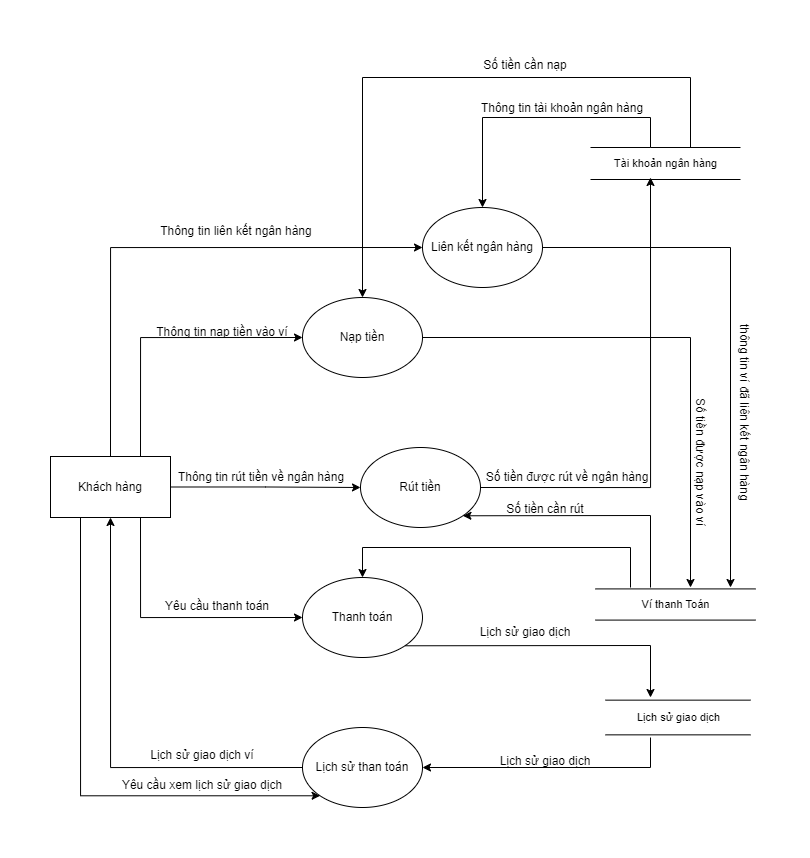
This is Báo Cáo/Diagram/DFD/DFD_Vi-thanh-toan.png from Kindaichicao/plane-ticket, a draw.io export, as it was before one commit. Source tidied: cells renumbered, new cells last; positions are measured from the earlier drawing's top-left corner, leaving out a move shared by most shapes. Source of this version:
```xml
<mxGraphModel>
  <root>
    <mxCell id="0" />
    <mxCell id="1" parent="0" />
    <mxCell id="2" style="edgeStyle=orthogonalEdgeStyle;rounded=0;jettySize=auto;html=1;exitX=0.5;exitY=0;exitDx=0;exitDy=0;entryX=0;entryY=0.5;entryDx=0;entryDy=0;" parent="1" edge="1" source="7" target="13">
      <mxGeometry relative="1" as="geometry" />
    </mxCell>
    <mxCell id="3" style="edgeStyle=orthogonalEdgeStyle;rounded=0;jettySize=auto;html=1;exitX=0.75;exitY=0;exitDx=0;exitDy=0;entryX=0;entryY=0.5;entryDx=0;entryDy=0;" parent="1" edge="1" source="7" target="9">
      <mxGeometry relative="1" as="geometry" />
    </mxCell>
    <mxCell id="4" style="edgeStyle=orthogonalEdgeStyle;rounded=0;jettySize=auto;html=1;exitX=1;exitY=0.5;exitDx=0;exitDy=0;entryX=0;entryY=0.5;entryDx=0;entryDy=0;" parent="1" edge="1" source="7" target="12">
      <mxGeometry relative="1" as="geometry" />
    </mxCell>
    <mxCell id="5" style="edgeStyle=orthogonalEdgeStyle;rounded=0;jettySize=auto;html=1;entryX=0;entryY=1;entryDx=0;entryDy=0;exitX=0.25;exitY=1;exitDx=0;exitDy=0;" parent="1" edge="1" source="7" target="15">
      <mxGeometry relative="1" as="geometry">
        <Array as="points">
          <mxPoint x="30" y="745" />
        </Array>
      </mxGeometry>
    </mxCell>
    <mxCell id="6" style="edgeStyle=orthogonalEdgeStyle;rounded=0;jettySize=auto;html=1;exitX=0.75;exitY=1;exitDx=0;exitDy=0;entryX=0;entryY=0.5;entryDx=0;entryDy=0;" parent="1" edge="1" source="7" target="10">
      <mxGeometry relative="1" as="geometry">
        <Array as="points">
          <mxPoint x="90" y="567" />
        </Array>
      </mxGeometry>
    </mxCell>
    <mxCell id="7" value="Khách hàng" style="rounded=0;whiteSpace=wrap;html=1;" parent="1" vertex="1">
      <mxGeometry y="406" width="120" height="61" as="geometry" />
    </mxCell>
    <mxCell id="8" value="Tài khoản ngân hàng" style="shape=link;html=1;rounded=0;width=32;" parent="1" edge="1">
      <mxGeometry relative="1" as="geometry">
        <mxPoint x="540" y="113" as="sourcePoint" />
        <mxPoint x="690" y="113" as="targetPoint" />
        <Array as="points">
          <mxPoint x="600" y="113" />
        </Array>
      </mxGeometry>
    </mxCell>
    <mxCell id="9" value="Nạp tiền" style="ellipse;whiteSpace=wrap;html=1;" parent="1" vertex="1">
      <mxGeometry x="252" y="247" width="120" height="80" as="geometry" />
    </mxCell>
    <mxCell id="10" value="Thanh toán" style="ellipse;whiteSpace=wrap;html=1;" parent="1" vertex="1">
      <mxGeometry x="252" y="527" width="120" height="80" as="geometry" />
    </mxCell>
    <mxCell id="11" style="edgeStyle=orthogonalEdgeStyle;rounded=0;jettySize=auto;html=1;exitX=1;exitY=0.5;exitDx=0;exitDy=0;" parent="1" edge="1" source="12">
      <mxGeometry relative="1" as="geometry">
        <mxPoint x="600" y="127" as="targetPoint" />
      </mxGeometry>
    </mxCell>
    <mxCell id="12" value="Rút tiền" style="ellipse;whiteSpace=wrap;html=1;" parent="1" vertex="1">
      <mxGeometry x="310" y="397" width="120" height="80" as="geometry" />
    </mxCell>
    <mxCell id="13" value="Liên kết ngân hàng" style="ellipse;whiteSpace=wrap;html=1;" parent="1" vertex="1">
      <mxGeometry x="372" y="157" width="120" height="80" as="geometry" />
    </mxCell>
    <mxCell id="14" style="edgeStyle=orthogonalEdgeStyle;rounded=0;jettySize=auto;html=1;exitX=0;exitY=0.5;exitDx=0;exitDy=0;entryX=0.5;entryY=1;entryDx=0;entryDy=0;" parent="1" edge="1" source="15" target="7">
      <mxGeometry relative="1" as="geometry" />
    </mxCell>
    <mxCell id="15" value="Lịch sử than toán" style="ellipse;whiteSpace=wrap;html=1;" parent="1" vertex="1">
      <mxGeometry x="252" y="677" width="120" height="80" as="geometry" />
    </mxCell>
    <mxCell id="16" value="Thông tin liên kết ngân hàng" style="text;html=1;strokeColor=none;fillColor=none;align=center;verticalAlign=middle;whiteSpace=wrap;rounded=0;" parent="1" vertex="1">
      <mxGeometry x="101" y="166" width="170" height="30" as="geometry" />
    </mxCell>
    <mxCell id="17" value="Thông tin nạp tiền vào ví" style="text;html=1;strokeColor=none;fillColor=none;align=center;verticalAlign=middle;whiteSpace=wrap;rounded=0;" parent="1" vertex="1">
      <mxGeometry x="92" y="267" width="160" height="30" as="geometry" />
    </mxCell>
    <mxCell id="18" value="Ví thanh Toán" style="shape=link;html=1;rounded=0;width=31.176470588235297;" parent="1" edge="1">
      <mxGeometry relative="1" as="geometry">
        <mxPoint x="545" y="554" as="sourcePoint" />
        <mxPoint x="705" y="554" as="targetPoint" />
      </mxGeometry>
    </mxCell>
    <mxCell id="19" style="endArrow=classic;html=1;rounded=0;entryX=0.5;entryY=0;entryDx=0;entryDy=0;" parent="1" edge="1" target="9">
      <mxGeometry relative="1" as="geometry">
        <mxPoint x="640" y="97" as="sourcePoint" />
        <Array as="points">
          <mxPoint x="640" y="27" />
          <mxPoint x="312" y="27" />
        </Array>
      </mxGeometry>
    </mxCell>
    <mxCell id="20" style="endArrow=classic;html=1;rounded=0;entryX=0.5;entryY=0;entryDx=0;entryDy=0;" parent="1" edge="1" target="13">
      <mxGeometry relative="1" as="geometry">
        <mxPoint x="600" y="97" as="sourcePoint" />
        <Array as="points">
          <mxPoint x="600" y="67" />
          <mxPoint x="432" y="67" />
        </Array>
      </mxGeometry>
    </mxCell>
    <mxCell id="21" style="endArrow=classic;html=1;rounded=0;exitX=1;exitY=0.5;exitDx=0;exitDy=0;" parent="1" edge="1" source="13">
      <mxGeometry relative="1" as="geometry">
        <mxPoint x="680" y="537" as="targetPoint" />
        <Array as="points">
          <mxPoint x="680" y="197" />
        </Array>
      </mxGeometry>
    </mxCell>
    <mxCell id="22" value="thông tin ví đã liên kết ngân hàng" style="text;html=1;strokeColor=none;fillColor=none;align=center;verticalAlign=middle;whiteSpace=wrap;rounded=0;rotation=90;" parent="1" vertex="1">
      <mxGeometry x="594" y="347" width="200" height="30" as="geometry" />
    </mxCell>
    <mxCell id="23" style="endArrow=classic;html=1;rounded=0;exitX=1;exitY=0.5;exitDx=0;exitDy=0;" parent="1" edge="1" source="9">
      <mxGeometry relative="1" as="geometry">
        <mxPoint x="640" y="537" as="targetPoint" />
        <Array as="points">
          <mxPoint x="640" y="287" />
        </Array>
      </mxGeometry>
    </mxCell>
    <mxCell id="24" value="Số tiền được nạp vào ví" style="text;html=1;strokeColor=none;fillColor=none;align=center;verticalAlign=middle;whiteSpace=wrap;rounded=0;rotation=90;" parent="1" vertex="1">
      <mxGeometry x="555" y="397" width="190" height="30" as="geometry" />
    </mxCell>
    <mxCell id="25" value="Thông tin rút tiền về ngân hàng" style="text;html=1;strokeColor=none;fillColor=none;align=center;verticalAlign=middle;whiteSpace=wrap;rounded=0;" parent="1" vertex="1">
      <mxGeometry x="116" y="412" width="190" height="30" as="geometry" />
    </mxCell>
    <mxCell id="26" style="endArrow=classic;html=1;rounded=0;entryX=1;entryY=1;entryDx=0;entryDy=0;" parent="1" edge="1" target="12">
      <mxGeometry relative="1" as="geometry">
        <mxPoint x="600" y="537" as="sourcePoint" />
        <Array as="points">
          <mxPoint x="600" y="465" />
        </Array>
      </mxGeometry>
    </mxCell>
    <mxCell id="27" value="Số tiền được rút về ngân hàng" style="text;html=1;strokeColor=none;fillColor=none;align=center;verticalAlign=middle;whiteSpace=wrap;rounded=0;" parent="1" vertex="1">
      <mxGeometry x="422" y="412" width="190" height="30" as="geometry" />
    </mxCell>
    <mxCell id="28" value="Yêu cầu thanh toán" style="text;html=1;strokeColor=none;fillColor=none;align=center;verticalAlign=middle;whiteSpace=wrap;rounded=0;" parent="1" vertex="1">
      <mxGeometry x="92" y="541" width="150" height="30" as="geometry" />
    </mxCell>
    <mxCell id="29" style="endArrow=classic;html=1;rounded=0;entryX=0.5;entryY=0;entryDx=0;entryDy=0;" parent="1" edge="1" target="10">
      <mxGeometry relative="1" as="geometry">
        <mxPoint x="580" y="537" as="sourcePoint" />
        <Array as="points">
          <mxPoint x="580" y="497" />
          <mxPoint x="312" y="497" />
        </Array>
      </mxGeometry>
    </mxCell>
    <mxCell id="30" value="Lịch sử giao dịch" style="shape=link;html=1;rounded=0;width=34.70588235294118;" parent="1" edge="1">
      <mxGeometry relative="1" as="geometry">
        <mxPoint x="555" y="667" as="sourcePoint" />
        <mxPoint x="700" y="667" as="targetPoint" />
      </mxGeometry>
    </mxCell>
    <mxCell id="31" style="endArrow=classic;html=1;rounded=0;exitX=1;exitY=1;exitDx=0;exitDy=0;" parent="1" edge="1" source="10">
      <mxGeometry relative="1" as="geometry">
        <mxPoint x="600" y="647" as="targetPoint" />
        <Array as="points">
          <mxPoint x="600" y="595" />
        </Array>
      </mxGeometry>
    </mxCell>
    <mxCell id="32" value="Yêu cầu xem lịch sử giao dịch" style="text;html=1;strokeColor=none;fillColor=none;align=center;verticalAlign=middle;whiteSpace=wrap;rounded=0;" parent="1" vertex="1">
      <mxGeometry x="62" y="720" width="180" height="30" as="geometry" />
    </mxCell>
    <mxCell id="33" style="endArrow=classic;html=1;rounded=0;entryX=1;entryY=0.5;entryDx=0;entryDy=0;" parent="1" edge="1" target="15">
      <mxGeometry relative="1" as="geometry">
        <mxPoint x="600" y="687" as="sourcePoint" />
        <Array as="points">
          <mxPoint x="600" y="717" />
        </Array>
      </mxGeometry>
    </mxCell>
    <mxCell id="34" value="Lịch sử giao dịch ví" style="text;html=1;strokeColor=none;fillColor=none;align=center;verticalAlign=middle;whiteSpace=wrap;rounded=0;" parent="1" vertex="1">
      <mxGeometry x="82" y="690" width="140" height="30" as="geometry" />
    </mxCell>
    <mxCell id="35" value="Thông tin tài khoản ngân hàng" style="text;html=1;strokeColor=none;fillColor=none;align=center;verticalAlign=middle;whiteSpace=wrap;rounded=0;" parent="1" vertex="1">
      <mxGeometry x="422" y="43" width="180" height="30" as="geometry" />
    </mxCell>
    <mxCell id="36" value="Số tiền cần nạp" style="text;html=1;strokeColor=none;fillColor=none;align=center;verticalAlign=middle;whiteSpace=wrap;rounded=0;" parent="1" vertex="1">
      <mxGeometry x="385" width="180" height="30" as="geometry" />
    </mxCell>
    <mxCell id="37" value="Lịch sử giao dịch" style="text;html=1;strokeColor=none;fillColor=none;align=center;verticalAlign=middle;whiteSpace=wrap;rounded=0;" parent="1" vertex="1">
      <mxGeometry x="395" y="567" width="160" height="30" as="geometry" />
    </mxCell>
    <mxCell id="38" value="Lịch sử giao dịch" style="text;html=1;strokeColor=none;fillColor=none;align=center;verticalAlign=middle;whiteSpace=wrap;rounded=0;" parent="1" vertex="1">
      <mxGeometry x="415" y="696" width="160" height="30" as="geometry" />
    </mxCell>
    <mxCell id="39" value="Số tiền cần rút" style="text;html=1;strokeColor=none;fillColor=none;align=center;verticalAlign=middle;whiteSpace=wrap;rounded=0;" parent="1" vertex="1">
      <mxGeometry x="405" y="444" width="180" height="30" as="geometry" />
    </mxCell>
  </root>
</mxGraphModel>
```
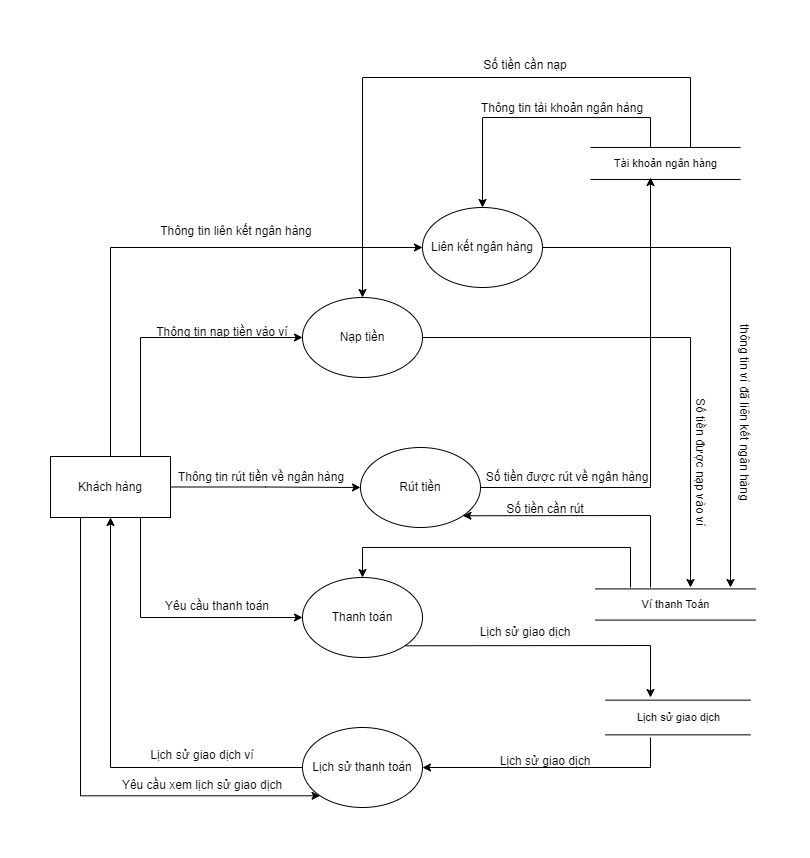
Later version of the same file.

Commit message:
[Modified]: DFD vi thanh toan

What changed in the source:
```diff
@@ -57,7 +57,7 @@
     <mxCell id="14" style="edgeStyle=orthogonalEdgeStyle;rounded=0;jettySize=auto;html=1;exitX=0;exitY=0.5;exitDx=0;exitDy=0;entryX=0.5;entryY=1;entryDx=0;entryDy=0;" parent="1" edge="1" source="15" target="7">
       <mxGeometry relative="1" as="geometry" />
     </mxCell>
-    <mxCell id="15" value="Lịch sử than toán" style="ellipse;whiteSpace=wrap;html=1;" parent="1" vertex="1">
+    <mxCell id="15" value="Lịch sử thanh toán" style="ellipse;whiteSpace=wrap;html=1;" parent="1" vertex="1">
       <mxGeometry x="252" y="677" width="120" height="80" as="geometry" />
     </mxCell>
     <mxCell id="16" value="Thông tin liên kết ngân hàng" style="text;html=1;strokeColor=none;fillColor=none;align=center;verticalAlign=middle;whiteSpace=wrap;rounded=0;" parent="1" vertex="1">
```
